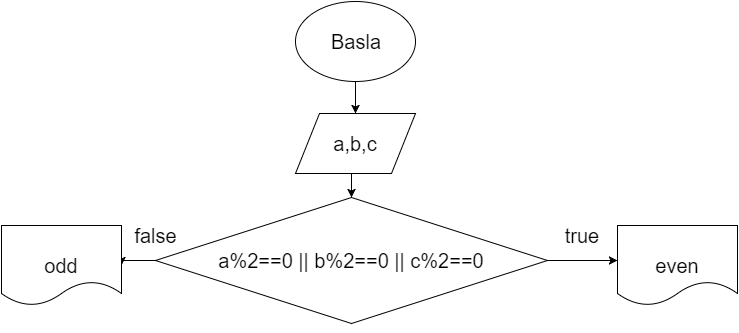
Above: third.png in LiM10/25.01.2017 (draw.io), before the change. Source tidied: cells renumbered, new cells last; positions are measured from the earlier drawing's top-left corner, leaving out a move shared by most shapes.
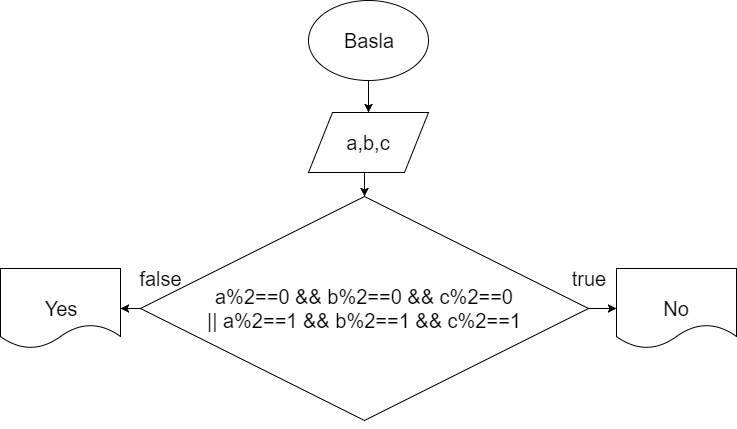
After the commit.

Diff of the diagram source:
```diff
@@ -6,39 +6,40 @@
       <mxGeometry relative="1" as="geometry" />
     </mxCell>
     <mxCell id="3" value="Basla" style="ellipse;whiteSpace=wrap;html=1;fontSize=20;" parent="1" vertex="1">
-      <mxGeometry x="294" width="120" height="80" as="geometry" />
+      <mxGeometry x="330" width="120" height="80" as="geometry" />
     </mxCell>
     <mxCell id="4" style="edgeStyle=orthogonalEdgeStyle;rounded=0;html=1;exitX=0.5;exitY=1;entryX=0.5;entryY=0;jettySize=auto;fontSize=20;" parent="1" edge="1" source="5" target="8">
       <mxGeometry relative="1" as="geometry" />
     </mxCell>
     <mxCell id="5" value="a,b,c" style="shape=parallelogram;whiteSpace=wrap;html=1;fontSize=20;" parent="1" vertex="1">
-      <mxGeometry x="294" y="112" width="120" height="60" as="geometry" />
+      <mxGeometry x="330" y="112" width="120" height="60" as="geometry" />
     </mxCell>
-    <mxCell id="6" style="edgeStyle=orthogonalEdgeStyle;rounded=0;html=1;exitX=1;exitY=0.5;jettySize=auto;fontSize=20;" parent="1" edge="1" source="8">
-      <mxGeometry relative="1" as="geometry">
-        <mxPoint x="616" y="259" as="targetPoint" />
-      </mxGeometry>
+    <mxCell id="6" style="edgeStyle=orthogonalEdgeStyle;rounded=0;html=1;exitX=1;exitY=0.5;jettySize=auto;fontSize=20;entryX=0;entryY=0.5;" parent="1" edge="1" source="8" target="11">
+      <mxGeometry relative="1" as="geometry" />
     </mxCell>
     <mxCell id="7" style="edgeStyle=orthogonalEdgeStyle;rounded=0;html=1;exitX=0;exitY=0.5;entryX=1;entryY=0.5;jettySize=auto;fontSize=14;" parent="1" edge="1" source="8" target="10">
       <mxGeometry relative="1" as="geometry" />
     </mxCell>
-    <mxCell id="8" value="a%2==0 || &lt;span&gt;b%2==0 ||&amp;nbsp;&lt;/span&gt;&lt;span&gt;c%2==0&lt;/span&gt;" style="rhombus;whiteSpace=wrap;html=1;fontSize=20;" parent="1" vertex="1">
-      <mxGeometry x="154" y="196" width="392" height="126" as="geometry" />
+    <mxCell id="8" value="a%2==0 &amp;amp;&amp;amp;&amp;nbsp;&lt;span&gt;b%2==0 &amp;amp;&amp;amp;&amp;nbsp;&lt;/span&gt;&lt;span&gt;c%2==0&lt;/span&gt;&lt;div&gt;&lt;span&gt;|| a%2==1 &amp;amp;&amp;amp; b%2==1 &amp;amp;&amp;amp; c%2==1&lt;/span&gt;&lt;/div&gt;" style="rhombus;whiteSpace=wrap;html=1;fontSize=20;" parent="1" vertex="1">
+      <mxGeometry x="162" y="196" width="448" height="224" as="geometry" />
     </mxCell>
     <mxCell id="9" style="edgeStyle=orthogonalEdgeStyle;rounded=0;html=1;exitX=0.5;exitY=1;entryX=0.5;entryY=1;jettySize=auto;orthogonalLoop=1;fontSize=20;" parent="1" edge="1" source="8" target="8">
       <mxGeometry relative="1" as="geometry" />
     </mxCell>
-    <mxCell id="10" value="odd" style="shape=document;whiteSpace=wrap;html=1;fontSize=20;" parent="1" vertex="1">
-      <mxGeometry y="224" width="120" height="80" as="geometry" />
+    <mxCell id="10" value="Yes" style="shape=document;whiteSpace=wrap;html=1;fontSize=20;" parent="1" vertex="1">
+      <mxGeometry x="22" y="268" width="120" height="80" as="geometry" />
     </mxCell>
-    <mxCell id="11" value="even" style="shape=document;whiteSpace=wrap;html=1;fontSize=20;" parent="1" vertex="1">
-      <mxGeometry x="616" y="224" width="120" height="80" as="geometry" />
+    <mxCell id="11" value="No" style="shape=document;whiteSpace=wrap;html=1;fontSize=20;" parent="1" vertex="1">
+      <mxGeometry x="638" y="268" width="120" height="80" as="geometry" />
     </mxCell>
     <mxCell id="12" value="false" style="text;html=1;strokeColor=none;fillColor=none;align=center;verticalAlign=middle;whiteSpace=wrap;fontSize=20;" parent="1" vertex="1">
-      <mxGeometry x="134" y="224" width="40" height="20" as="geometry" />
+      <mxGeometry x="162" y="268" width="40" height="20" as="geometry" />
     </mxCell>
     <mxCell id="13" value="true" style="text;html=1;strokeColor=none;fillColor=none;align=center;verticalAlign=middle;whiteSpace=wrap;fontSize=20;" parent="1" vertex="1">
-      <mxGeometry x="560" y="224" width="40" height="20" as="geometry" />
+      <mxGeometry x="590" y="268" width="40" height="20" as="geometry" />
     </mxCell>
+    <mxCell id="14" style="edgeStyle=orthogonalEdgeStyle;rounded=0;html=1;exitX=0.5;exitY=1;entryX=0.5;entryY=1;jettySize=auto;orthogonalLoop=1;fontSize=14;" parent="1" edge="1" source="13" target="13">
+      <mxGeometry relative="1" as="geometry" />
+    </mxCell>
   </root>
 </mxGraphModel>
```
